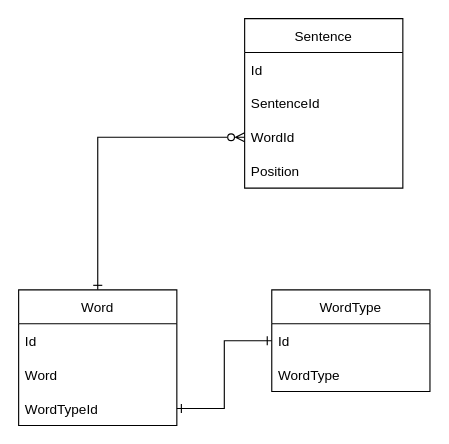
Earlier version of the draw.io diagram UML.drawio (TlStephen2011/sentence-builder). Source tidied: cells renumbered, new cells numbered last; positions are measured from the earlier drawing's top-left corner, leaving out a move shared by most shapes. Both pictures are drawn from the tidied source at 113%, with x=0, y=0 at pixel (18, 18).
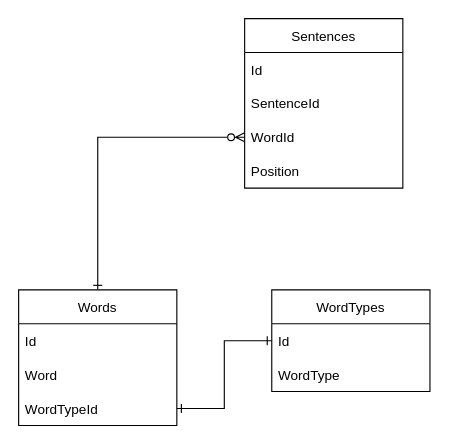
After the change.

The edit, as a diff of the source:
```diff
@@
 <mxGraphModel>
   <root>
     <mxCell id="0" />
     <mxCell id="1" parent="0" />
-    <mxCell id="2" value="Sentence" style="swimlane;fontStyle=0;horizontal=1;startSize=30;" parent="1" vertex="1">
+    <mxCell id="2" value="Sentences" style="swimlane;fontStyle=0;horizontal=1;startSize=30;" parent="1" vertex="1">
       <mxGeometry x="200" width="140" height="150" as="geometry" />
     </mxCell>
     <mxCell id="3" value="Id" style="text;strokeColor=none;fillColor=none;align=left;verticalAlign=middle;spacingLeft=4;spacingRight=4;overflow=hidden;" parent="2" vertex="1">
       <mxGeometry y="30" width="140" height="30" as="geometry" />
     </mxCell>
     <mxCell id="4" value="SentenceId" style="text;strokeColor=none;fillColor=none;align=left;verticalAlign=middle;spacingLeft=4;spacingRight=4;overflow=hidden;" parent="2" vertex="1">
       <mxGeometry y="60" width="140" height="30" as="geometry" />
     </mxCell>
     <mxCell id="5" value="WordId" style="text;strokeColor=none;fillColor=none;align=left;verticalAlign=middle;spacingLeft=4;spacingRight=4;overflow=hidden;points=[[0,0.5],[1,0.5]];portConstraint=eastwest;" parent="2" vertex="1">
       <mxGeometry y="90" width="140" height="30" as="geometry" />
     </mxCell>
     <mxCell id="6" value="Position" style="text;strokeColor=none;fillColor=none;align=left;verticalAlign=middle;spacingLeft=4;spacingRight=4;overflow=hidden;" parent="2" vertex="1">
       <mxGeometry y="120" width="140" height="30" as="geometry" />
     </mxCell>
     <mxCell id="7" style="edgeStyle=orthogonalEdgeStyle;rounded=0;jettySize=auto;html=1;exitX=0.5;exitY=0;exitDx=0;exitDy=0;entryX=0;entryY=0.5;entryDx=0;entryDy=0;strokeColor=default;endArrow=ERzeroToMany;endFill=0;startArrow=ERone;startFill=0;" parent="1" edge="1" source="8" target="5">
       <mxGeometry relative="1" as="geometry" />
     </mxCell>
-    <mxCell id="8" value="Word" style="swimlane;fontStyle=0;horizontal=1;startSize=30;" parent="1" vertex="1">
+    <mxCell id="8" value="Words" style="swimlane;fontStyle=0;horizontal=1;startSize=30;" parent="1" vertex="1">
       <mxGeometry y="240" width="140" height="120" as="geometry" />
     </mxCell>
     <mxCell id="9" value="Id" style="text;strokeColor=none;fillColor=none;align=left;verticalAlign=middle;spacingLeft=4;spacingRight=4;overflow=hidden;" parent="8" vertex="1">
       <mxGeometry y="30" width="140" height="30" as="geometry" />
     </mxCell>
     <mxCell id="10" value="Word" style="text;strokeColor=none;fillColor=none;align=left;verticalAlign=middle;spacingLeft=4;spacingRight=4;overflow=hidden;" parent="8" vertex="1">
       <mxGeometry y="60" width="140" height="30" as="geometry" />
     </mxCell>
     <mxCell id="11" value="WordTypeId" style="text;strokeColor=none;fillColor=none;align=left;verticalAlign=middle;spacingLeft=4;spacingRight=4;overflow=hidden;points=[[0,0.5],[1,0.5]];portConstraint=eastwest;" parent="8" vertex="1">
       <mxGeometry y="90" width="140" height="30" as="geometry" />
     </mxCell>
-    <mxCell id="12" value="WordType" style="swimlane;fontStyle=0;horizontal=1;startSize=30;" parent="1" vertex="1">
+    <mxCell id="12" value="WordTypes" style="swimlane;fontStyle=0;horizontal=1;startSize=30;" parent="1" vertex="1">
       <mxGeometry x="224" y="240" width="140" height="90" as="geometry" />
     </mxCell>
     <mxCell id="13" value="Id" style="text;strokeColor=none;fillColor=none;align=left;verticalAlign=middle;spacingLeft=4;spacingRight=4;overflow=hidden;points=[[0,0.5],[1,0.5]];portConstraint=eastwest;" parent="12" vertex="1">
       <mxGeometry y="30" width="140" height="30" as="geometry" />
     </mxCell>
     <mxCell id="14" value="WordType" style="text;strokeColor=none;fillColor=none;align=left;verticalAlign=middle;spacingLeft=4;spacingRight=4;overflow=hidden;" parent="12" vertex="1">
       <mxGeometry y="60" width="140" height="30" as="geometry" />
     </mxCell>
     <mxCell id="15" style="edgeStyle=orthogonalEdgeStyle;rounded=0;jettySize=auto;html=1;exitX=0;exitY=0.5;exitDx=0;exitDy=0;entryX=1;entryY=0.5;entryDx=0;entryDy=0;startArrow=ERone;startFill=0;endArrow=ERone;endFill=0;" parent="1" edge="1" source="13" target="11">
       <mxGeometry relative="1" as="geometry" />
     </mxCell>
   </root>
 </mxGraphModel>
```
